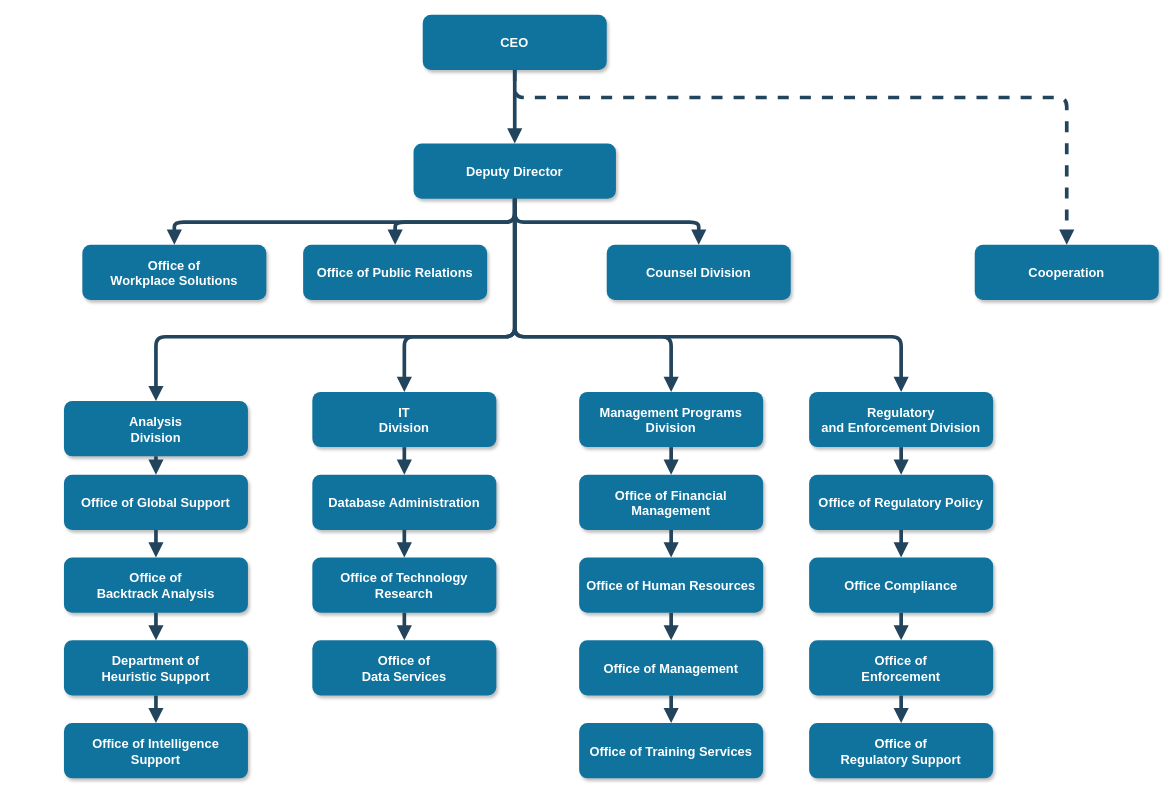
This is software-labour.drawio from RAND1925/drawio_draft, a draw.io file, before an edit. Source tidied: cells renumbered, new cells numbered last; positions are measured from the earlier drawing's top-left corner, leaving out a move shared by most shapes. Both pictures are drawn from the tidied source at 92%, with x=0, y=0 at pixel (63, 15).
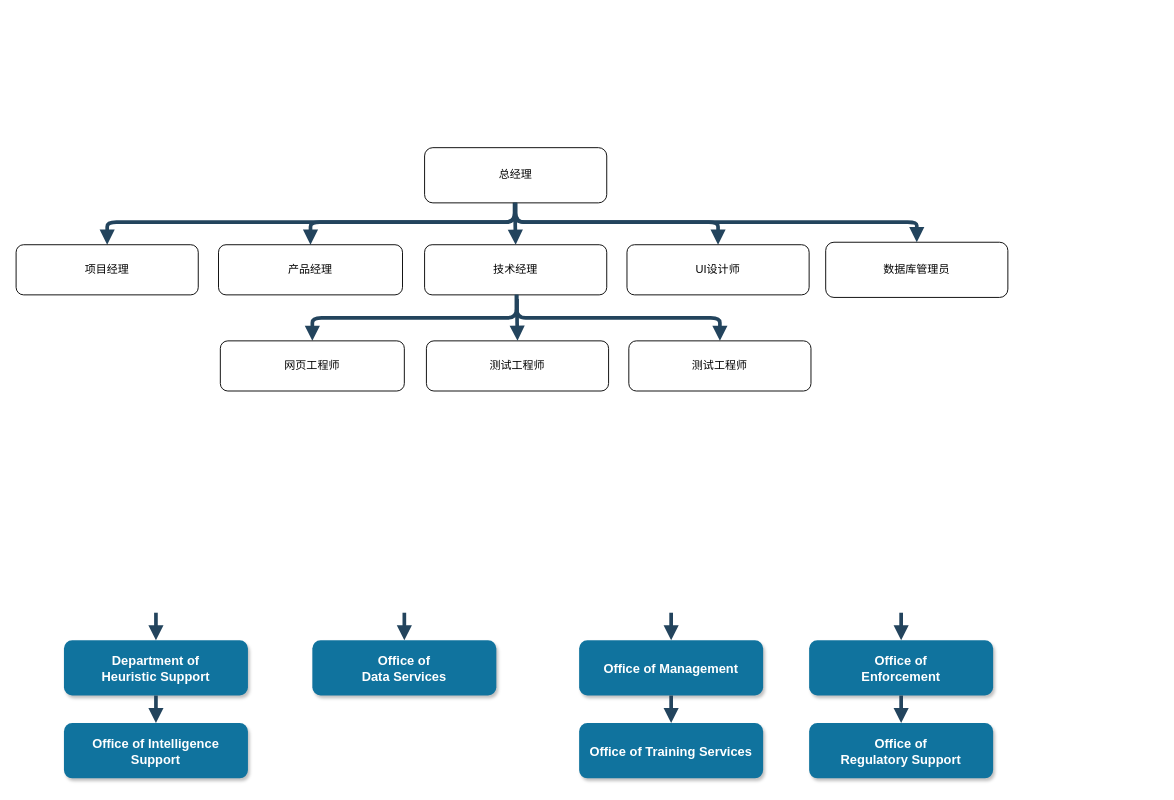
After the change.

Unchanged cells that the change refers to:
```xml
<mxCell id="11" value="Department of &#10;Heuristic Support" style="rounded=1;fillColor=#10739E;strokeColor=none;shadow=1;gradientColor=none;fontStyle=1;fontColor=#FFFFFF;fontSize=14;" parent="1" vertex="1">
  <mxGeometry y="679.5" width="200" height="60" as="geometry" />
</mxCell>
<mxCell id="16" value="Office of&#10;Data Services" style="rounded=1;fillColor=#10739E;strokeColor=none;shadow=1;gradientColor=none;fontStyle=1;fontColor=#FFFFFF;fontSize=14;" parent="1" vertex="1">
  <mxGeometry x="270" y="679.5" width="200" height="60" as="geometry" />
</mxCell>
<mxCell id="20" value="Office of Management " style="rounded=1;fillColor=#10739E;strokeColor=none;shadow=1;gradientColor=none;fontStyle=1;fontColor=#FFFFFF;fontSize=14;" parent="1" vertex="1">
  <mxGeometry x="560" y="679.5" width="200" height="60" as="geometry" />
</mxCell>
<mxCell id="25" value="Office of &#10;Enforcement" style="rounded=1;fillColor=#10739E;strokeColor=none;shadow=1;gradientColor=none;fontStyle=1;fontColor=#FFFFFF;fontSize=14;" parent="1" vertex="1">
  <mxGeometry x="810" y="679.5" width="200" height="60" as="geometry" />
</mxCell>
```

The edit, as a diff of the source:
```diff
@@
-    <mxCell id="2" value="CEO" style="rounded=1;fillColor=#10739E;strokeColor=none;shadow=1;gradientColor=none;fontStyle=1;fontColor=#FFFFFF;fontSize=14;" parent="1" vertex="1">
-      <mxGeometry x="390" y="-0.5" width="200" height="60" as="geometry" />
-    </mxCell>
-    <mxCell id="3" value="Deputy Director" style="rounded=1;fillColor=#10739E;strokeColor=none;shadow=1;gradientColor=none;fontStyle=1;fontColor=#FFFFFF;fontSize=14;" parent="1" vertex="1">
-      <mxGeometry x="380" y="139.5" width="220" height="60" as="geometry" />
-    </mxCell>
-    <mxCell id="4" value="Office of &#10;Workplace Solutions" style="rounded=1;fillColor=#10739E;strokeColor=none;shadow=1;gradientColor=none;fontStyle=1;fontColor=#FFFFFF;fontSize=14;" parent="1" vertex="1">
-      <mxGeometry x="20" y="249.5" width="200" height="60" as="geometry" />
-    </mxCell>
-    <mxCell id="5" value="Office of Public Relations" style="rounded=1;fillColor=#10739E;strokeColor=none;shadow=1;gradientColor=none;fontStyle=1;fontColor=#FFFFFF;fontSize=14;" parent="1" vertex="1">
-      <mxGeometry x="260" y="249.5" width="200" height="60" as="geometry" />
-    </mxCell>
-    <mxCell id="6" value="Counsel Division" style="rounded=1;fillColor=#10739E;strokeColor=none;shadow=1;gradientColor=none;fontStyle=1;fontColor=#FFFFFF;fontSize=14;" parent="1" vertex="1">
-      <mxGeometry x="590" y="249.5" width="200" height="60" as="geometry" />
-    </mxCell>
-    <mxCell id="7" value="Cooperation" style="rounded=1;fillColor=#10739E;strokeColor=none;shadow=1;gradientColor=none;fontStyle=1;fontColor=#FFFFFF;fontSize=14;" parent="1" vertex="1">
-      <mxGeometry x="990" y="249.5" width="200" height="60" as="geometry" />
-    </mxCell>
-    <mxCell id="8" value="Analysis &#10;Division" style="rounded=1;fillColor=#10739E;strokeColor=none;shadow=1;gradientColor=none;fontStyle=1;fontColor=#FFFFFF;fontSize=14;" parent="1" vertex="1">
-      <mxGeometry y="419.5" width="200" height="60" as="geometry" />
-    </mxCell>
-    <mxCell id="9" value="Office of Global Support" style="rounded=1;fillColor=#10739E;strokeColor=none;shadow=1;gradientColor=none;fontStyle=1;fontColor=#FFFFFF;fontSize=14;" parent="1" vertex="1">
-      <mxGeometry y="499.5" width="200" height="60" as="geometry" />
-    </mxCell>
-    <mxCell id="10" value="Office of &#10;Backtrack Analysis" style="rounded=1;fillColor=#10739E;strokeColor=none;shadow=1;gradientColor=none;fontStyle=1;fontColor=#FFFFFF;fontSize=14;" parent="1" vertex="1">
-      <mxGeometry y="589.5" width="200" height="60" as="geometry" />
-    </mxCell>
@@
-    <mxCell id="13" value="IT&#10;Division" style="rounded=1;fillColor=#10739E;strokeColor=none;shadow=1;gradientColor=none;fontStyle=1;fontColor=#FFFFFF;fontSize=14;" parent="1" vertex="1">
-      <mxGeometry x="270" y="409.5" width="200" height="60" as="geometry" />
-    </mxCell>
-    <mxCell id="14" value="Database Administration" style="rounded=1;fillColor=#10739E;strokeColor=none;shadow=1;gradientColor=none;fontStyle=1;fontColor=#FFFFFF;fontSize=14;" parent="1" vertex="1">
-      <mxGeometry x="270" y="499.5" width="200" height="60" as="geometry" />
-    </mxCell>
-    <mxCell id="15" value="Office of Technology &#10;Research" style="rounded=1;fillColor=#10739E;strokeColor=none;shadow=1;gradientColor=none;fontStyle=1;fontColor=#FFFFFF;fontSize=14;" parent="1" vertex="1">
-      <mxGeometry x="270" y="589.5" width="200" height="60" as="geometry" />
-    </mxCell>
@@
-    <mxCell id="17" value="Management Programs &#10;Division" style="rounded=1;fillColor=#10739E;strokeColor=none;shadow=1;gradientColor=none;fontStyle=1;fontColor=#FFFFFF;fontSize=14;" parent="1" vertex="1">
-      <mxGeometry x="560" y="409.5" width="200" height="60" as="geometry" />
-    </mxCell>
-    <mxCell id="18" value="Office of Financial &#10;Management" style="rounded=1;fillColor=#10739E;strokeColor=none;shadow=1;gradientColor=none;fontStyle=1;fontColor=#FFFFFF;fontSize=14;" parent="1" vertex="1">
-      <mxGeometry x="560" y="499.5" width="200" height="60" as="geometry" />
-    </mxCell>
-    <mxCell id="19" value="Office of Human Resources" style="rounded=1;fillColor=#10739E;strokeColor=none;shadow=1;gradientColor=none;fontStyle=1;fontColor=#FFFFFF;fontSize=14;" parent="1" vertex="1">
-      <mxGeometry x="560" y="589.5" width="200" height="60" as="geometry" />
-    </mxCell>
@@
-    <mxCell id="22" value="Regulatory &#10;and Enforcement Division" style="rounded=1;fillColor=#10739E;strokeColor=none;shadow=1;gradientColor=none;fontStyle=1;fontColor=#FFFFFF;fontSize=14;" parent="1" vertex="1">
-      <mxGeometry x="810" y="409.5" width="200" height="60" as="geometry" />
-    </mxCell>
-    <mxCell id="23" value="Office of Regulatory Policy" style="rounded=1;fillColor=#10739E;strokeColor=none;shadow=1;gradientColor=none;fontStyle=1;fontColor=#FFFFFF;fontSize=14;" parent="1" vertex="1">
-      <mxGeometry x="810" y="499.5" width="200" height="60" as="geometry" />
-    </mxCell>
-    <mxCell id="24" value="Office Compliance" style="rounded=1;fillColor=#10739E;strokeColor=none;shadow=1;gradientColor=none;fontStyle=1;fontColor=#FFFFFF;fontSize=14;" parent="1" vertex="1">
-      <mxGeometry x="810" y="589.5" width="200" height="60" as="geometry" />
-    </mxCell>
@@
-    <mxCell id="27" style="edgeStyle=elbowEdgeStyle;elbow=vertical;strokeWidth=4;endArrow=block;endFill=1;fontStyle=1;strokeColor=#23445D;" parent="1" edge="1" source="2" target="3">
-      <mxGeometry x="22" y="165.5" as="geometry" />
-    </mxCell>
-    <mxCell id="28" style="edgeStyle=elbowEdgeStyle;elbow=vertical;strokeWidth=4;endArrow=block;endFill=1;fontStyle=1;strokeColor=#23445D;" parent="1" edge="1" source="3" target="5">
-      <mxGeometry x="22" y="165.5" as="geometry" />
+    <mxCell id="28" style="edgeStyle=elbowEdgeStyle;elbow=vertical;strokeWidth=4;endArrow=block;endFill=1;fontStyle=1;strokeColor=#23445D;entryX=0.5;entryY=0;entryDx=0;entryDy=0;" parent="1" edge="1" target="56">
+      <mxGeometry x="22" y="165.5" as="geometry">
+        <mxPoint x="490" y="199.5" as="sourcePoint" />
+      </mxGeometry>
     </mxCell>
-    <mxCell id="29" style="edgeStyle=elbowEdgeStyle;elbow=vertical;strokeWidth=4;endArrow=block;endFill=1;fontStyle=1;strokeColor=#23445D;" parent="1" edge="1" source="3" target="4">
-      <mxGeometry x="22" y="165.5" as="geometry" />
+    <mxCell id="29" style="edgeStyle=elbowEdgeStyle;elbow=vertical;strokeWidth=4;endArrow=block;endFill=1;fontStyle=1;strokeColor=#23445D;entryX=0.5;entryY=0;entryDx=0;entryDy=0;" parent="1" edge="1" target="52">
+      <mxGeometry x="22" y="165.5" as="geometry">
+        <mxPoint x="490" y="199.5" as="sourcePoint" />
+      </mxGeometry>
     </mxCell>
-    <mxCell id="30" style="edgeStyle=elbowEdgeStyle;elbow=vertical;strokeWidth=4;endArrow=block;endFill=1;fontStyle=1;strokeColor=#23445D;" parent="1" edge="1" source="3" target="6">
-      <mxGeometry x="22" y="165.5" as="geometry" />
+    <mxCell id="30" style="edgeStyle=elbowEdgeStyle;elbow=vertical;strokeWidth=4;endArrow=block;endFill=1;fontStyle=1;strokeColor=#23445D;entryX=0.5;entryY=0;entryDx=0;entryDy=0;" parent="1" edge="1" target="55">
+      <mxGeometry x="22" y="165.5" as="geometry">
+        <mxPoint x="490" y="199.5" as="sourcePoint" />
+      </mxGeometry>
     </mxCell>
-    <mxCell id="31" style="edgeStyle=elbowEdgeStyle;elbow=vertical;strokeWidth=4;endArrow=block;endFill=1;fontStyle=1;dashed=1;strokeColor=#23445D;" parent="1" edge="1" source="2" target="7">
-      <mxGeometry x="22" y="165.5" as="geometry">
-        <Array as="points">
-          <mxPoint x="780" y="89.5" />
-        </Array>
-      </mxGeometry>
-    </mxCell>
-    <mxCell id="32" style="edgeStyle=elbowEdgeStyle;elbow=vertical;strokeWidth=4;endArrow=block;endFill=1;fontStyle=1;strokeColor=#23445D;" parent="1" edge="1" source="3" target="8">
-      <mxGeometry x="22" y="165.5" as="geometry">
-        <Array as="points">
-          <mxPoint x="270" y="349.5" />
-        </Array>
-      </mxGeometry>
-    </mxCell>
-    <mxCell id="33" style="edgeStyle=elbowEdgeStyle;elbow=vertical;strokeWidth=4;endArrow=block;endFill=1;fontStyle=1;strokeColor=#23445D;" parent="1" edge="1" source="3" target="22">
-      <mxGeometry x="22" y="165.5" as="geometry">
-        <Array as="points">
-          <mxPoint x="690" y="349.5" />
-        </Array>
-      </mxGeometry>
-    </mxCell>
-    <mxCell id="34" style="edgeStyle=elbowEdgeStyle;elbow=vertical;strokeWidth=4;endArrow=block;endFill=1;fontStyle=1;strokeColor=#23445D;" parent="1" edge="1" source="8" target="9">
-      <mxGeometry x="62" y="165.5" as="geometry" />
-    </mxCell>
-    <mxCell id="35" style="edgeStyle=elbowEdgeStyle;elbow=vertical;strokeWidth=4;endArrow=block;endFill=1;fontStyle=1;strokeColor=#23445D;" parent="1" edge="1" source="9" target="10">
-      <mxGeometry x="62" y="175.5" as="geometry" />
-    </mxCell>
-    <mxCell id="36" style="edgeStyle=elbowEdgeStyle;elbow=vertical;strokeWidth=4;endArrow=block;endFill=1;fontStyle=1;strokeColor=#23445D;" parent="1" edge="1" source="10" target="11">
-      <mxGeometry x="62" y="185.5" as="geometry" />
+    <mxCell id="36" style="edgeStyle=elbowEdgeStyle;elbow=vertical;strokeWidth=4;endArrow=block;endFill=1;fontStyle=1;strokeColor=#23445D;" parent="1" edge="1" target="11">
+      <mxGeometry x="62" y="185.5" as="geometry">
+        <mxPoint x="100" y="649.5" as="sourcePoint" />
+      </mxGeometry>
     </mxCell>
@@
-    <mxCell id="38" style="edgeStyle=elbowEdgeStyle;elbow=vertical;strokeWidth=4;endArrow=block;endFill=1;fontStyle=1;strokeColor=#23445D;" parent="1" edge="1" source="13" target="14">
-      <mxGeometry x="62" y="165.5" as="geometry" />
-    </mxCell>
-    <mxCell id="39" style="edgeStyle=elbowEdgeStyle;elbow=vertical;strokeWidth=4;endArrow=block;endFill=1;fontStyle=1;strokeColor=#23445D;" parent="1" edge="1" source="14" target="15">
-      <mxGeometry x="62" y="175.5" as="geometry" />
-    </mxCell>
-    <mxCell id="40" style="edgeStyle=elbowEdgeStyle;elbow=vertical;strokeWidth=4;endArrow=block;endFill=1;fontStyle=1;strokeColor=#23445D;" parent="1" edge="1" source="15" target="16">
-      <mxGeometry x="62" y="185.5" as="geometry" />
+    <mxCell id="40" style="edgeStyle=elbowEdgeStyle;elbow=vertical;strokeWidth=4;endArrow=block;endFill=1;fontStyle=1;strokeColor=#23445D;" parent="1" edge="1" target="16">
+      <mxGeometry x="62" y="185.5" as="geometry">
+        <mxPoint x="370" y="649.5" as="sourcePoint" />
+      </mxGeometry>
     </mxCell>
-    <mxCell id="41" style="edgeStyle=elbowEdgeStyle;elbow=vertical;strokeWidth=4;endArrow=block;endFill=1;fontStyle=1;strokeColor=#23445D;" parent="1" edge="1" source="17" target="18">
-      <mxGeometry x="72" y="165.5" as="geometry" />
-    </mxCell>
-    <mxCell id="42" style="edgeStyle=elbowEdgeStyle;elbow=vertical;strokeWidth=4;endArrow=block;endFill=1;fontStyle=1;strokeColor=#23445D;" parent="1" edge="1" source="18" target="19">
-      <mxGeometry x="72" y="175.5" as="geometry" />
-    </mxCell>
-    <mxCell id="43" style="edgeStyle=elbowEdgeStyle;elbow=vertical;strokeWidth=4;endArrow=block;endFill=1;fontStyle=1;strokeColor=#23445D;" parent="1" edge="1" source="19" target="20">
-      <mxGeometry x="72" y="185.5" as="geometry" />
+    <mxCell id="43" style="edgeStyle=elbowEdgeStyle;elbow=vertical;strokeWidth=4;endArrow=block;endFill=1;fontStyle=1;strokeColor=#23445D;" parent="1" edge="1" target="20">
+      <mxGeometry x="72" y="185.5" as="geometry">
+        <mxPoint x="660" y="649.5" as="sourcePoint" />
+      </mxGeometry>
     </mxCell>
@@
-    <mxCell id="45" style="edgeStyle=elbowEdgeStyle;elbow=vertical;strokeWidth=4;endArrow=block;endFill=1;fontStyle=1;strokeColor=#23445D;" parent="1" edge="1" source="22" target="23">
-      <mxGeometry x="72" y="165.5" as="geometry" />
-    </mxCell>
-    <mxCell id="46" style="edgeStyle=elbowEdgeStyle;elbow=vertical;strokeWidth=4;endArrow=block;endFill=1;fontStyle=1;strokeColor=#23445D;" parent="1" edge="1" source="23" target="24">
-      <mxGeometry x="72" y="175.5" as="geometry" />
-    </mxCell>
-    <mxCell id="47" style="edgeStyle=elbowEdgeStyle;elbow=vertical;strokeWidth=4;endArrow=block;endFill=1;fontStyle=1;strokeColor=#23445D;" parent="1" edge="1" source="24" target="25">
-      <mxGeometry x="72" y="185.5" as="geometry" />
+    <mxCell id="47" style="edgeStyle=elbowEdgeStyle;elbow=vertical;strokeWidth=4;endArrow=block;endFill=1;fontStyle=1;strokeColor=#23445D;" parent="1" edge="1" target="25">
+      <mxGeometry x="72" y="185.5" as="geometry">
+        <mxPoint x="910" y="649.5" as="sourcePoint" />
+      </mxGeometry>
     </mxCell>
@@
-    <mxCell id="49" style="edgeStyle=elbowEdgeStyle;elbow=vertical;strokeWidth=4;endArrow=block;endFill=1;fontStyle=1;strokeColor=#23445D;" parent="1" edge="1" source="3" target="13">
-      <mxGeometry x="22" y="165.5" as="geometry">
-        <Array as="points">
-          <mxPoint x="370" y="349.5" />
-        </Array>
-      </mxGeometry>
-    </mxCell>
-    <mxCell id="50" style="edgeStyle=elbowEdgeStyle;elbow=vertical;strokeWidth=4;endArrow=block;endFill=1;fontStyle=1;strokeColor=#23445D;" parent="1" edge="1" source="3" target="17">
-      <mxGeometry x="22" y="165.5" as="geometry">
-        <Array as="points">
-          <mxPoint x="660" y="349.5" />
-        </Array>
-      </mxGeometry>
-    </mxCell>
+    <mxCell id="51" value="总经理" style="rounded=1;whiteSpace=wrap;html=1;" parent="1" vertex="1">
+      <mxGeometry x="392" y="144" width="198" height="60" as="geometry" />
+    </mxCell>
+    <mxCell id="52" value="项目经理" style="rounded=1;whiteSpace=wrap;html=1;" parent="1" vertex="1">
+      <mxGeometry x="-52" y="249.5" width="198" height="54.5" as="geometry" />
+    </mxCell>
+    <mxCell id="53" value="数据库管理员" style="rounded=1;whiteSpace=wrap;html=1;" parent="1" vertex="1">
+      <mxGeometry x="828" y="246.8" width="198" height="60" as="geometry" />
+    </mxCell>
+    <mxCell id="54" value="技术经理" style="rounded=1;whiteSpace=wrap;html=1;" parent="1" vertex="1">
+      <mxGeometry x="392" y="249.5" width="198" height="54.5" as="geometry" />
+    </mxCell>
+    <mxCell id="55" value="UI设计师" style="rounded=1;whiteSpace=wrap;html=1;" parent="1" vertex="1">
+      <mxGeometry x="612" y="249.5" width="198" height="54.5" as="geometry" />
+    </mxCell>
+    <mxCell id="56" value="产品经理" style="rounded=1;whiteSpace=wrap;html=1;" parent="1" vertex="1">
+      <mxGeometry x="168" y="249.5" width="200" height="54.5" as="geometry" />
+    </mxCell>
+    <mxCell id="57" style="edgeStyle=elbowEdgeStyle;elbow=vertical;strokeWidth=4;endArrow=block;endFill=1;fontStyle=1;strokeColor=#23445D;entryX=0.5;entryY=0;entryDx=0;entryDy=0;" parent="1" edge="1" target="54">
+      <mxGeometry x="22.5" y="310" as="geometry">
+        <mxPoint x="490.5" y="204" as="sourcePoint" />
+      </mxGeometry>
+    </mxCell>
+    <mxCell id="58" style="edgeStyle=elbowEdgeStyle;elbow=vertical;strokeWidth=4;endArrow=block;endFill=1;fontStyle=1;strokeColor=#23445D;entryX=0.5;entryY=0;entryDx=0;entryDy=0;exitX=0.5;exitY=1;exitDx=0;exitDy=0;" parent="1" edge="1" source="51" target="53">
+      <mxGeometry x="20" y="165.5" as="geometry" />
+    </mxCell>
+    <mxCell id="59" style="edgeStyle=elbowEdgeStyle;elbow=vertical;strokeWidth=4;endArrow=block;endFill=1;fontStyle=1;strokeColor=#23445D;entryX=0.5;entryY=0;entryDx=0;entryDy=0;" parent="1" edge="1" target="63">
+      <mxGeometry x="24" y="270" as="geometry">
+        <mxPoint x="492" y="304" as="sourcePoint" />
+      </mxGeometry>
+    </mxCell>
+    <mxCell id="60" style="edgeStyle=elbowEdgeStyle;elbow=vertical;strokeWidth=4;endArrow=block;endFill=1;fontStyle=1;strokeColor=#23445D;entryX=0.5;entryY=0;entryDx=0;entryDy=0;" parent="1" edge="1" target="62">
+      <mxGeometry x="24" y="270" as="geometry">
+        <mxPoint x="492" y="304" as="sourcePoint" />
+      </mxGeometry>
+    </mxCell>
+    <mxCell id="61" value="测试工程师" style="rounded=1;whiteSpace=wrap;html=1;" parent="1" vertex="1">
+      <mxGeometry x="394" y="354" width="198" height="54.5" as="geometry" />
+    </mxCell>
+    <mxCell id="62" value="测试工程师" style="rounded=1;whiteSpace=wrap;html=1;" parent="1" vertex="1">
+      <mxGeometry x="614" y="354" width="198" height="54.5" as="geometry" />
+    </mxCell>
+    <mxCell id="63" value="网页工程师" style="rounded=1;whiteSpace=wrap;html=1;" parent="1" vertex="1">
+      <mxGeometry x="170" y="354" width="200" height="54.5" as="geometry" />
+    </mxCell>
+    <mxCell id="64" style="edgeStyle=elbowEdgeStyle;elbow=vertical;strokeWidth=4;endArrow=block;endFill=1;fontStyle=1;strokeColor=#23445D;entryX=0.5;entryY=0;entryDx=0;entryDy=0;" parent="1" edge="1" target="61">
+      <mxGeometry x="24.5" y="414.5" as="geometry">
+        <mxPoint x="492.5" y="308.5" as="sourcePoint" />
+      </mxGeometry>
+    </mxCell>
```
